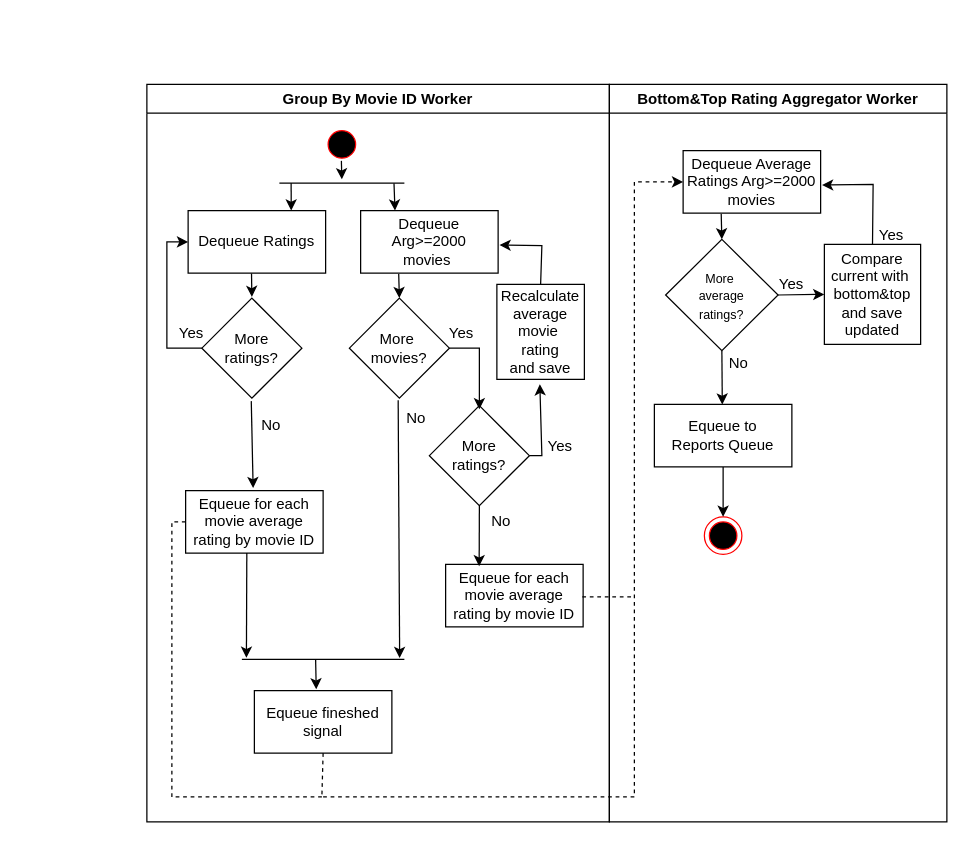
This is page "3_Bottom_y_Top_Ratings" (3 of 5) of documents/Actividad.drawio from rafaelputaro/tp1-7574, a draw.io file, before an edit. Source tidied: cells renumbered, new cells numbered last; positions are measured from the earlier drawing's top-left corner, leaving out a move shared by most shapes. Both pictures are drawn from the tidied source at 125%, with x=0, y=0 at pixel (146, 84).
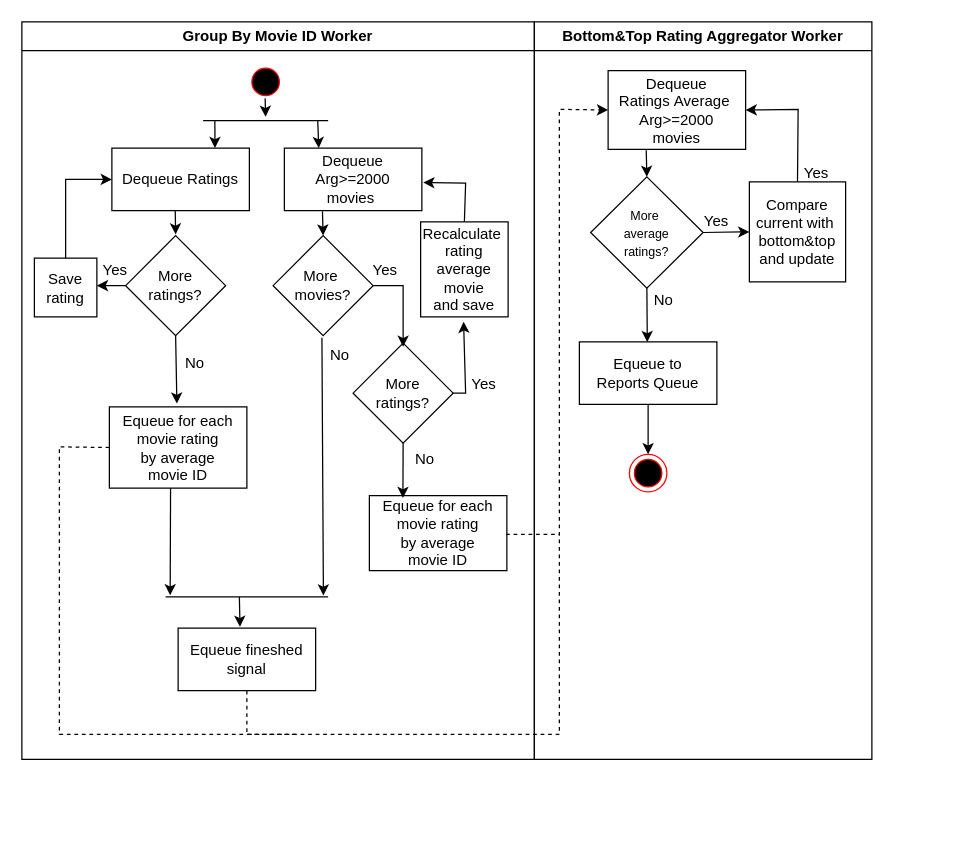
The same diagram, later.

The edit, as a diff of the source:
```diff
@@
     <mxCell id="2" value="Group By Movie ID Worker" style="swimlane;whiteSpace=wrap;html=1;" parent="1" vertex="1">
-      <mxGeometry width="370" height="590" as="geometry" />
+      <mxGeometry x="-100" y="-50" width="410" height="590" as="geometry" />
     </mxCell>
     <mxCell id="3" style="ellipse;html=1;shape=startState;fillColor=#000000;strokeColor=#ff0000;" parent="2" vertex="1">
-      <mxGeometry x="141" y="33" width="30" height="30" as="geometry" />
+      <mxGeometry x="180" y="33" width="30" height="30" as="geometry" />
     </mxCell>
     <mxCell id="4" style="line;strokeWidth=1;fillColor=none;align=left;verticalAlign=middle;spacingTop=-1;spacingLeft=3;spacingRight=3;labelPosition=right;points=[];portConstraint=eastwest;strokeColor=inherit;" parent="2" vertex="1">
-      <mxGeometry x="106" y="75" width="100" height="8" as="geometry" />
+      <mxGeometry x="145" y="75" width="100" height="8" as="geometry" />
     </mxCell>
@@
     <mxCell id="6" value="Dequeue Ratings" style="html=1;whiteSpace=wrap;" parent="2" vertex="1">
-      <mxGeometry x="33" y="101" width="110" height="50" as="geometry" />
+      <mxGeometry x="72" y="101" width="110" height="50" as="geometry" />
     </mxCell>
     <mxCell id="7" value="Dequeue Arg&amp;gt;=2000&lt;br&gt;&lt;span style=&quot;background-color: transparent; color: light-dark(rgb(0, 0, 0), rgb(255, 255, 255));&quot;&gt;movies&amp;nbsp;&lt;/span&gt;" style="html=1;whiteSpace=wrap;" parent="2" vertex="1">
-      <mxGeometry x="171" y="101" width="110" height="50" as="geometry" />
+      <mxGeometry x="210" y="101" width="110" height="50" as="geometry" />
     </mxCell>
@@
     <mxCell id="9" style="endArrow=classic;html=1;rounded=0;entryX=0.25;entryY=0;entryDx=0;entryDy=0;exitX=0.927;exitY=0.519;exitDx=0;exitDy=0;exitPerimeter=0;" parent="2" edge="1" target="7">
       <mxGeometry relative="1" as="geometry">
-        <mxPoint x="197.7" y="79.2" as="sourcePoint" />
+        <mxPoint x="236.7" y="79.2" as="sourcePoint" />
       </mxGeometry>
     </mxCell>
     <mxCell id="10" value="&lt;div&gt;&lt;span style=&quot;background-color: transparent; color: light-dark(rgb(0, 0, 0), rgb(255, 255, 255));&quot;&gt;More&amp;nbsp;&lt;/span&gt;&lt;/div&gt;&lt;div&gt;&lt;span style=&quot;background-color: transparent; color: light-dark(rgb(0, 0, 0), rgb(255, 255, 255));&quot;&gt;movies?&lt;/span&gt;&lt;/div&gt;" style="rhombus;whiteSpace=wrap;html=1;" parent="2" vertex="1">
-      <mxGeometry x="162" y="171" width="80" height="80" as="geometry" />
+      <mxGeometry x="201" y="171" width="80" height="80" as="geometry" />
     </mxCell>
     <mxCell id="11" value="More&lt;div&gt;ratings?&lt;/div&gt;" style="rhombus;whiteSpace=wrap;html=1;" parent="2" vertex="1">
-      <mxGeometry x="44" y="171" width="80" height="80" as="geometry" />
+      <mxGeometry x="83" y="171" width="80" height="80" as="geometry" />
     </mxCell>
@@
-    <mxCell id="14" value="&lt;div&gt;Recalculate average&lt;/div&gt;&lt;div&gt;movie&amp;nbsp;&lt;/div&gt;&lt;div&gt;rating&lt;/div&gt;&lt;div&gt;and save&lt;/div&gt;" style="rounded=0;whiteSpace=wrap;html=1;" parent="2" vertex="1">
-      <mxGeometry x="280" y="160" width="70" height="76" as="geometry" />
+    <mxCell id="14" value="&lt;div&gt;Recalculate&amp;nbsp;&lt;/div&gt;&lt;div&gt;&lt;span style=&quot;background-color: transparent; color: light-dark(rgb(0, 0, 0), rgb(255, 255, 255));&quot;&gt;rating&lt;/span&gt;&lt;/div&gt;&lt;div&gt;average&lt;span style=&quot;background-color: transparent; color: light-dark(rgb(0, 0, 0), rgb(255, 255, 255));&quot;&gt;&lt;/span&gt;&lt;/div&gt;&lt;div&gt;movie&lt;/div&gt;&lt;div&gt;and save&lt;/div&gt;" style="rounded=0;whiteSpace=wrap;html=1;" parent="2" vertex="1">
+      <mxGeometry x="319" y="160" width="70" height="76" as="geometry" />
     </mxCell>
     <mxCell id="15" style="endArrow=classic;html=1;rounded=0;exitX=1;exitY=0.5;exitDx=0;exitDy=0;entryX=0.491;entryY=1.051;entryDx=0;entryDy=0;entryPerimeter=0;" parent="2" edge="1" source="17" target="14">
       <mxGeometry relative="1" as="geometry">
         <Array as="points">
-          <mxPoint x="316" y="297" />
+          <mxPoint x="355" y="297" />
         </Array>
       </mxGeometry>
     </mxCell>
     <mxCell id="16" style="endArrow=classic;html=1;rounded=0;exitX=0.5;exitY=0;exitDx=0;exitDy=0;entryX=1.01;entryY=0.551;entryDx=0;entryDy=0;entryPerimeter=0;" parent="2" edge="1" source="14" target="7">
       <mxGeometry relative="1" as="geometry">
         <Array as="points">
-          <mxPoint x="316" y="129" />
+          <mxPoint x="355" y="129" />
         </Array>
       </mxGeometry>
     </mxCell>
     <mxCell id="17" value="More&lt;div&gt;ratings?&lt;/div&gt;" style="rhombus;whiteSpace=wrap;html=1;" parent="2" vertex="1">
-      <mxGeometry x="226" y="257" width="80" height="80" as="geometry" />
+      <mxGeometry x="265" y="257" width="80" height="80" as="geometry" />
     </mxCell>
-    <mxCell id="18" value="Equeue for each movie average rating&amp;nbsp;&lt;span style=&quot;background-color: transparent; color: light-dark(rgb(0, 0, 0), rgb(255, 255, 255));&quot;&gt;by movie ID&lt;/span&gt;" style="html=1;whiteSpace=wrap;" parent="2" vertex="1">
-      <mxGeometry x="31" y="325" width="110" height="50" as="geometry" />
+    <mxCell id="18" value="Equeue for each movie rating&lt;div&gt;&amp;nbsp;&lt;span style=&quot;background-color: transparent; color: light-dark(rgb(0, 0, 0), rgb(255, 255, 255));&quot;&gt;by&amp;nbsp;&lt;/span&gt;average&amp;nbsp;&lt;div&gt;&lt;span style=&quot;background-color: transparent; color: light-dark(rgb(0, 0, 0), rgb(255, 255, 255));&quot;&gt;movie ID&lt;/span&gt;&lt;/div&gt;&lt;/div&gt;" style="html=1;whiteSpace=wrap;" parent="2" vertex="1">
+      <mxGeometry x="70" y="308" width="110" height="65" as="geometry" />
     </mxCell>
-    <mxCell id="19" style="endArrow=classic;html=1;rounded=0;exitX=0.494;exitY=1.03;exitDx=0;exitDy=0;exitPerimeter=0;entryX=0.491;entryY=-0.04;entryDx=0;entryDy=0;entryPerimeter=0;" parent="2" edge="1" source="11" target="18">
+    <mxCell id="19" style="endArrow=classic;html=1;rounded=0;exitX=0.5;exitY=1;exitDx=0;exitDy=0;entryX=0.491;entryY=-0.04;entryDx=0;entryDy=0;entryPerimeter=0;" parent="2" edge="1" source="11" target="18">
       <mxGeometry relative="1" as="geometry" />
     </mxCell>
-    <mxCell id="20" style="endArrow=classic;html=1;rounded=0;exitX=0;exitY=0.5;exitDx=0;exitDy=0;entryX=0;entryY=0.5;entryDx=0;entryDy=0;" parent="2" edge="1" source="11" target="6">
-      <mxGeometry relative="1" as="geometry">
-        <Array as="points">
-          <mxPoint x="16" y="211" />
-          <mxPoint x="16" y="126" />
-        </Array>
-      </mxGeometry>
-    </mxCell>
     <mxCell id="21" style="endArrow=classic;html=1;rounded=0;exitX=1;exitY=0.5;exitDx=0;exitDy=0;" parent="2" edge="1" source="10">
       <mxGeometry relative="1" as="geometry">
-        <mxPoint x="266" y="260" as="targetPoint" />
+        <mxPoint x="305" y="260" as="targetPoint" />
         <Array as="points">
-          <mxPoint x="266" y="211" />
+          <mxPoint x="305" y="211" />
         </Array>
       </mxGeometry>
     </mxCell>
-    <mxCell id="22" value="Equeue for each movie average rating&amp;nbsp;&lt;span style=&quot;color: light-dark(rgb(0, 0, 0), rgb(255, 255, 255)); background-color: transparent;&quot;&gt;by movie ID&lt;/span&gt;" style="html=1;whiteSpace=wrap;" parent="2" vertex="1">
-      <mxGeometry x="239" y="384" width="110" height="50" as="geometry" />
+    <mxCell id="22" value="Equeue for each movie rating&lt;div&gt;&amp;nbsp;&lt;span style=&quot;background-color: transparent; color: light-dark(rgb(0, 0, 0), rgb(255, 255, 255));&quot;&gt;by&amp;nbsp;&lt;/span&gt;average&amp;nbsp;&lt;div&gt;&lt;span style=&quot;background-color: transparent; color: light-dark(rgb(0, 0, 0), rgb(255, 255, 255));&quot;&gt;movie ID&lt;/span&gt;&lt;/div&gt;&lt;/div&gt;" style="html=1;whiteSpace=wrap;" parent="2" vertex="1">
+      <mxGeometry x="278" y="379" width="110" height="60" as="geometry" />
     </mxCell>
     <mxCell id="23" style="endArrow=classic;html=1;rounded=0;exitX=0.5;exitY=1;exitDx=0;exitDy=0;entryX=0.244;entryY=0.031;entryDx=0;entryDy=0;entryPerimeter=0;" parent="2" edge="1" target="22">
       <mxGeometry relative="1" as="geometry">
-        <mxPoint x="266" y="337" as="sourcePoint" />
+        <mxPoint x="305" y="337" as="sourcePoint" />
       </mxGeometry>
     </mxCell>
@@
     <mxCell id="25" style="line;strokeWidth=1;fillColor=none;align=left;verticalAlign=middle;spacingTop=-1;spacingLeft=3;spacingRight=3;labelPosition=right;points=[];portConstraint=eastwest;strokeColor=inherit;" parent="2" vertex="1">
-      <mxGeometry x="76" y="456" width="130" height="8" as="geometry" />
+      <mxGeometry x="115" y="456" width="130" height="8" as="geometry" />
     </mxCell>
@@
     <mxCell id="27" value="Equeue fineshed&lt;br&gt;&lt;div&gt;signal&lt;/div&gt;" style="html=1;whiteSpace=wrap;" parent="2" vertex="1">
-      <mxGeometry x="86" y="485" width="110" height="50" as="geometry" />
+      <mxGeometry x="125" y="485" width="110" height="50" as="geometry" />
     </mxCell>
     <mxCell id="28" style="endArrow=classic;html=1;rounded=0;entryX=0.45;entryY=-0.02;entryDx=0;entryDy=0;entryPerimeter=0;" parent="2" edge="1">
       <mxGeometry relative="1" as="geometry">
-        <mxPoint x="135" y="460" as="sourcePoint" />
-        <mxPoint x="135.5" y="484" as="targetPoint" />
+        <mxPoint x="174" y="460" as="sourcePoint" />
+        <mxPoint x="174.5" y="484" as="targetPoint" />
       </mxGeometry>
     </mxCell>
     <mxCell id="29" value="Yes" style="text;strokeColor=none;fillColor=none;align=left;verticalAlign=middle;spacingLeft=4;spacingRight=4;overflow=hidden;whiteSpace=wrap;html=1;" parent="2" vertex="1">
-      <mxGeometry x="236" y="189.5" width="34" height="17" as="geometry" />
+      <mxGeometry x="275" y="189.5" width="34" height="17" as="geometry" />
     </mxCell>
     <mxCell id="30" value="Yes" style="text;strokeColor=none;fillColor=none;align=left;verticalAlign=middle;spacingLeft=4;spacingRight=4;overflow=hidden;whiteSpace=wrap;html=1;" parent="2" vertex="1">
-      <mxGeometry x="315" y="280" width="34" height="17" as="geometry" />
+      <mxGeometry x="354" y="280" width="34" height="17" as="geometry" />
     </mxCell>
     <mxCell id="31" value="Yes" style="text;strokeColor=none;fillColor=none;align=left;verticalAlign=middle;spacingLeft=4;spacingRight=4;overflow=hidden;whiteSpace=wrap;html=1;" parent="2" vertex="1">
-      <mxGeometry x="20" y="189.5" width="34" height="17" as="geometry" />
+      <mxGeometry x="59" y="189.5" width="34" height="17" as="geometry" />
     </mxCell>
     <mxCell id="32" value="No" style="text;strokeColor=none;fillColor=none;align=left;verticalAlign=middle;spacingLeft=4;spacingRight=4;overflow=hidden;whiteSpace=wrap;html=1;" parent="2" vertex="1">
-      <mxGeometry x="270" y="340" width="34" height="17" as="geometry" />
+      <mxGeometry x="309" y="340" width="34" height="17" as="geometry" />
     </mxCell>
     <mxCell id="33" value="No" style="text;strokeColor=none;fillColor=none;align=left;verticalAlign=middle;spacingLeft=4;spacingRight=4;overflow=hidden;whiteSpace=wrap;html=1;" parent="2" vertex="1">
-      <mxGeometry x="202" y="257" width="34" height="17" as="geometry" />
+      <mxGeometry x="241" y="257" width="34" height="17" as="geometry" />
     </mxCell>
     <mxCell id="34" value="No" style="text;strokeColor=none;fillColor=none;align=left;verticalAlign=middle;spacingLeft=4;spacingRight=4;overflow=hidden;whiteSpace=wrap;html=1;" parent="2" vertex="1">
-      <mxGeometry x="86" y="263" width="34" height="17" as="geometry" />
+      <mxGeometry x="125" y="263" width="34" height="17" as="geometry" />
     </mxCell>
+    <mxCell id="52" value="&lt;div&gt;Save&lt;/div&gt;&lt;div&gt;&lt;span style=&quot;background-color: transparent; color: light-dark(rgb(0, 0, 0), rgb(255, 255, 255));&quot;&gt;rating&lt;/span&gt;&lt;/div&gt;" style="rounded=0;whiteSpace=wrap;html=1;" parent="2" vertex="1">
+      <mxGeometry x="10" y="189" width="50" height="47" as="geometry" />
+    </mxCell>
+    <mxCell id="53" style="endArrow=classic;html=1;rounded=0;exitX=0.5;exitY=0;exitDx=0;exitDy=0;entryX=0;entryY=0.5;entryDx=0;entryDy=0;" parent="2" edge="1" source="52" target="6">
+      <mxGeometry relative="1" as="geometry">
+        <Array as="points">
+          <mxPoint x="35" y="126" />
+        </Array>
+      </mxGeometry>
+    </mxCell>
+    <mxCell id="54" style="endArrow=classic;html=1;rounded=0;exitX=0;exitY=0.5;exitDx=0;exitDy=0;entryX=1;entryY=0.468;entryDx=0;entryDy=0;entryPerimeter=0;" parent="2" edge="1" source="11" target="52">
+      <mxGeometry relative="1" as="geometry" />
+    </mxCell>
     <mxCell id="35" value="Bottom&amp;amp;Top Rating Aggregator Worker" style="swimlane;whiteSpace=wrap;html=1;startSize=23;" parent="1" vertex="1">
-      <mxGeometry x="370" width="270" height="590" as="geometry" />
+      <mxGeometry x="310" y="-50" width="270" height="590" as="geometry" />
     </mxCell>
-    <mxCell id="36" value="Dequeue Average Ratings Arg&amp;gt;=2000&lt;div&gt;movies&lt;/div&gt;" style="html=1;whiteSpace=wrap;" parent="35" vertex="1">
-      <mxGeometry x="59" y="53" width="110" height="50" as="geometry" />
+    <mxCell id="36" value="Dequeue Ratings&amp;nbsp;Average&amp;nbsp;&lt;div&gt;Arg&amp;gt;=2000&lt;div&gt;movies&lt;/div&gt;&lt;/div&gt;" style="html=1;whiteSpace=wrap;" parent="35" vertex="1">
+      <mxGeometry x="59" y="39" width="110" height="63" as="geometry" />
     </mxCell>
@@
-    <mxCell id="39" value="Compare current with&amp;nbsp; bottom&amp;amp;top&lt;div&gt;and save updated&lt;/div&gt;" style="rounded=0;whiteSpace=wrap;html=1;" parent="35" vertex="1">
+    <mxCell id="39" value="Compare current with&amp;nbsp; bottom&amp;amp;top&lt;div&gt;and update&lt;/div&gt;" style="rounded=0;whiteSpace=wrap;html=1;" parent="35" vertex="1">
       <mxGeometry x="172" y="128" width="77" height="80" as="geometry" />
     </mxCell>
-    <mxCell id="40" style="endArrow=classic;html=1;rounded=0;exitX=0.5;exitY=0;exitDx=0;exitDy=0;entryX=1.01;entryY=0.551;entryDx=0;entryDy=0;entryPerimeter=0;" parent="35" edge="1" source="39" target="36">
+    <mxCell id="40" style="endArrow=classic;html=1;rounded=0;exitX=0.5;exitY=0;exitDx=0;exitDy=0;entryX=1;entryY=0.5;entryDx=0;entryDy=0;" parent="35" edge="1" source="39" target="36">
       <mxGeometry relative="1" as="geometry">
         <Array as="points">
-          <mxPoint x="211" y="80" />
+          <mxPoint x="211" y="70" />
         </Array>
       </mxGeometry>
     </mxCell>
@@
     <mxCell id="49" style="endArrow=classic;html=1;rounded=0;exitX=0.5;exitY=1;exitDx=0;exitDy=0;entryX=0;entryY=0.5;entryDx=0;entryDy=0;dashed=1;" parent="1" edge="1" source="27" target="36">
       <mxGeometry relative="1" as="geometry">
         <Array as="points">
-          <mxPoint x="140" y="570" />
-          <mxPoint x="390" y="570" />
-          <mxPoint x="390" y="78" />
+          <mxPoint x="80" y="520" />
+          <mxPoint x="330" y="520" />
+          <mxPoint x="330" y="20" />
         </Array>
       </mxGeometry>
     </mxCell>
     <mxCell id="50" style="endArrow=none;html=1;rounded=0;exitX=0;exitY=0.5;exitDx=0;exitDy=0;startFill=0;dashed=1;" parent="1" edge="1" source="18">
       <mxGeometry relative="1" as="geometry">
-        <mxPoint x="140" y="570" as="targetPoint" />
+        <mxPoint x="119" y="520" as="targetPoint" />
         <Array as="points">
-          <mxPoint x="20" y="350" />
-          <mxPoint x="20" y="570" />
+          <mxPoint x="-70" y="290" />
+          <mxPoint x="-70" y="520" />
         </Array>
       </mxGeometry>
     </mxCell>
     <mxCell id="51" style="endArrow=none;dashed=1;html=1;rounded=0;exitX=0.994;exitY=0.518;exitDx=0;exitDy=0;exitPerimeter=0;" parent="1" edge="1" source="22">
       <mxGeometry relative="1" as="geometry">
-        <mxPoint x="390" y="410" as="targetPoint" />
+        <mxPoint x="330" y="360" as="targetPoint" />
       </mxGeometry>
     </mxCell>
```
